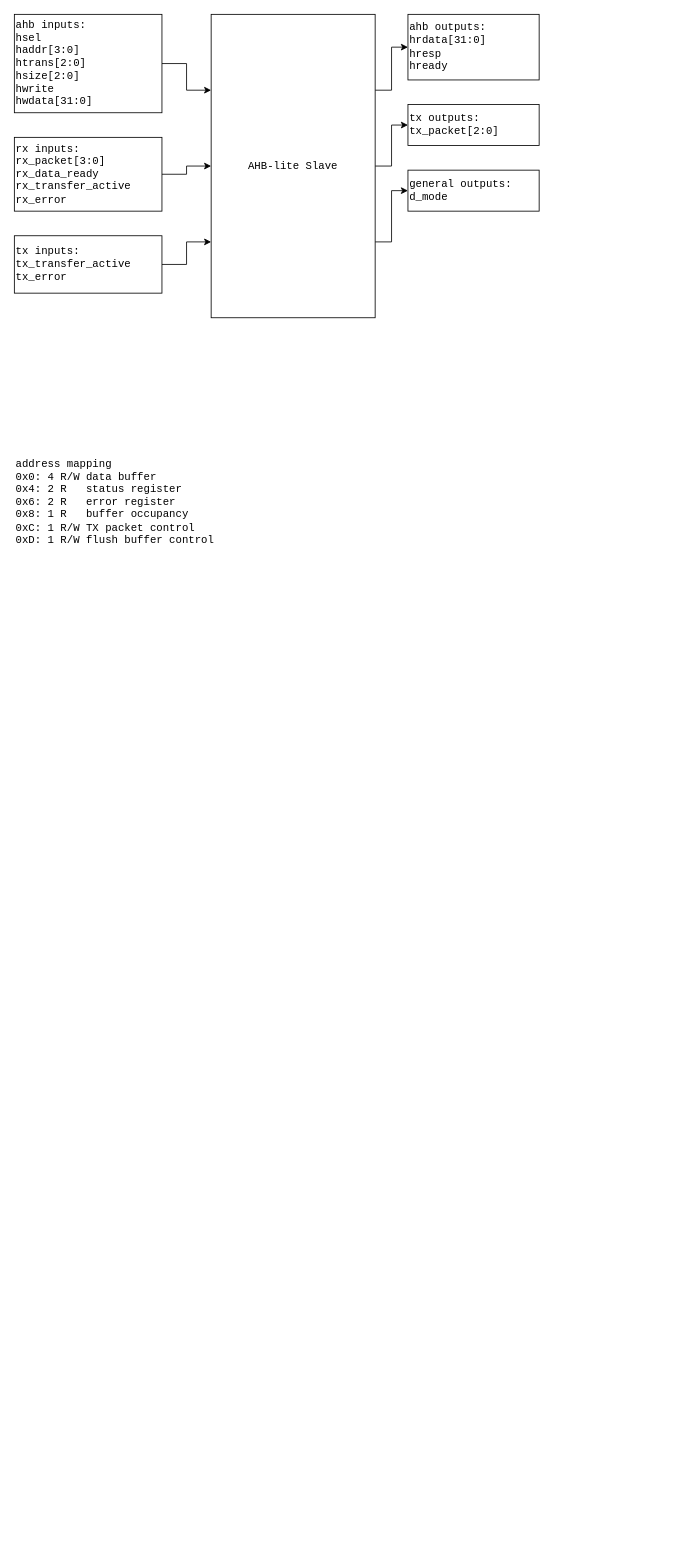
The draw.io diagram diagrams/ahb-lite-slave.drawio in bryceberger/337-project, before the edit. Source tidied: cells renumbered, new cells numbered last; positions are measured from the earlier drawing's top-left corner, leaving out a move shared by most shapes. Both pictures are drawn from the tidied source at 82%, with x=0, y=0 at pixel (14, 14).
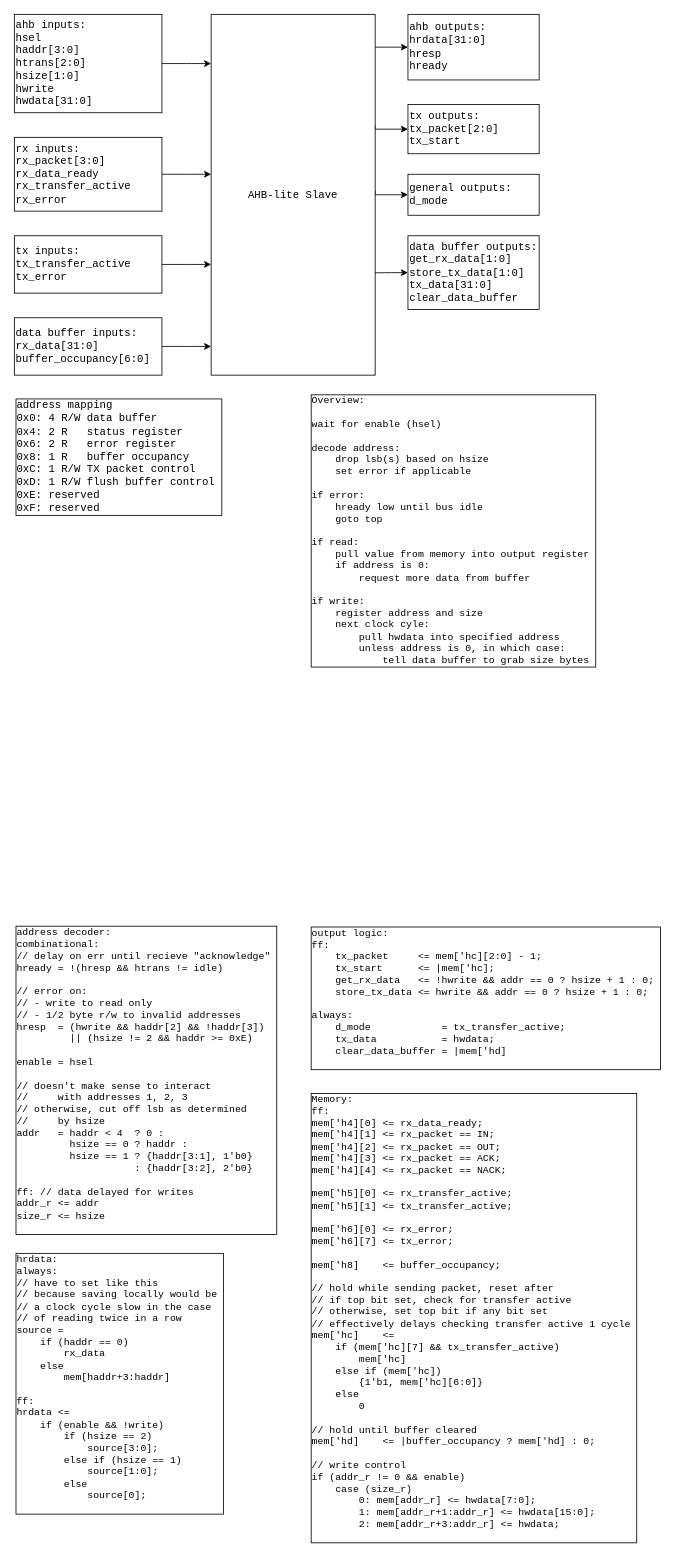
After the change.

The edit, as a diff of the source:
```diff
@@
-    <mxCell id="2" style="edgeStyle=orthogonalEdgeStyle;rounded=0;jettySize=auto;html=1;exitX=1;exitY=0.5;exitDx=0;exitDy=0;entryX=0;entryY=0.25;entryDx=0;entryDy=0;fontFamily=Courier New;fontSize=13;" parent="1" edge="1" source="3" target="15">
-      <mxGeometry relative="1" as="geometry" />
-    </mxCell>
+    <mxCell id="16" style="edgeStyle=orthogonalEdgeStyle;html=1;exitX=1;exitY=0.5;exitDx=0;exitDy=0;fontFamily=Courier New;rounded=0;" parent="1" edge="1" source="3">
+      <mxGeometry relative="1" as="geometry">
+        <mxPoint x="240" y="60" as="targetPoint" />
+      </mxGeometry>
+    </mxCell>
-    <mxCell id="3" value="&lt;div style=&quot;font-size: 13px;&quot;&gt;ahb inputs:&lt;/div&gt;&lt;div style=&quot;font-size: 13px;&quot;&gt;hsel&lt;/div&gt;&lt;div style=&quot;font-size: 13px;&quot;&gt;haddr[3:0]&lt;/div&gt;&lt;div style=&quot;font-size: 13px;&quot;&gt;htrans[2:0]&lt;/div&gt;&lt;div style=&quot;font-size: 13px;&quot;&gt;hsize[2:0]&lt;/div&gt;&lt;div style=&quot;font-size: 13px;&quot;&gt;hwrite&lt;/div&gt;&lt;div style=&quot;font-size: 13px;&quot;&gt;hwdata[31:0]&lt;br style=&quot;font-size: 13px;&quot;&gt;&lt;/div&gt;" style="whiteSpace=wrap;html=1;fontSize=13;fontFamily=Courier New;align=left;" parent="1" vertex="1">
+    <mxCell id="3" value="&lt;div style=&quot;font-size: 13px&quot;&gt;ahb inputs:&lt;/div&gt;&lt;div style=&quot;font-size: 13px&quot;&gt;hsel&lt;/div&gt;&lt;div style=&quot;font-size: 13px&quot;&gt;haddr[3:0]&lt;/div&gt;&lt;div style=&quot;font-size: 13px&quot;&gt;htrans[2:0]&lt;/div&gt;&lt;div style=&quot;font-size: 13px&quot;&gt;hsize[1:0]&lt;/div&gt;&lt;div style=&quot;font-size: 13px&quot;&gt;hwrite&lt;/div&gt;&lt;div style=&quot;font-size: 13px&quot;&gt;hwdata[31:0]&lt;br style=&quot;font-size: 13px&quot;&gt;&lt;/div&gt;" style="whiteSpace=wrap;html=1;fontSize=13;fontFamily=Courier New;align=left;fontStyle=0;" parent="1" vertex="1">
       <mxGeometry width="180" height="120" as="geometry" />
     </mxCell>
-    <mxCell id="4" value="&lt;div style=&quot;font-size: 13px;&quot;&gt;address mapping&lt;/div&gt;&lt;div style=&quot;font-size: 13px;&quot;&gt;0x0: 4 R/W data buffer&lt;/div&gt;&lt;div style=&quot;font-size: 13px;&quot;&gt;0x4: 2 R&amp;nbsp;&amp;nbsp; status register&lt;/div&gt;&lt;div style=&quot;font-size: 13px;&quot;&gt;0x6: 2 R&amp;nbsp;&amp;nbsp; error register&lt;/div&gt;&lt;div style=&quot;font-size: 13px;&quot;&gt;0x8: 1 R&amp;nbsp;&amp;nbsp; buffer occupancy&lt;/div&gt;&lt;div style=&quot;font-size: 13px;&quot;&gt;0xC: 1 R/W TX packet control&lt;/div&gt;&lt;div style=&quot;font-size: 13px;&quot;&gt;0xD: 1 R/W flush buffer control&lt;br style=&quot;font-size: 13px;&quot;&gt;&lt;/div&gt;" style="text;html=1;align=left;verticalAlign=middle;strokeColor=none;fillColor=none;fontSize=13;fontFamily=Courier New;" parent="1" vertex="1">
-      <mxGeometry y="535" width="270" height="120" as="geometry" />
+    <mxCell id="4" value="&lt;div style=&quot;font-size: 13px&quot;&gt;address mapping&lt;/div&gt;&lt;div style=&quot;font-size: 13px&quot;&gt;0x0: 4 R/W data buffer&lt;/div&gt;&lt;div style=&quot;font-size: 13px&quot;&gt;0x4: 2 R&amp;nbsp;&amp;nbsp; status register&lt;/div&gt;&lt;div style=&quot;font-size: 13px&quot;&gt;0x6: 2 R&amp;nbsp;&amp;nbsp; error register&lt;/div&gt;&lt;div style=&quot;font-size: 13px&quot;&gt;0x8: 1 R&amp;nbsp;&amp;nbsp; buffer occupancy&lt;/div&gt;&lt;div style=&quot;font-size: 13px&quot;&gt;0xC: 1 R/W TX packet control&lt;/div&gt;&lt;div style=&quot;font-size: 13px&quot;&gt;0xD: 1 R/W flush buffer control&amp;nbsp;&lt;br style=&quot;font-size: 13px&quot;&gt;&lt;/div&gt;&lt;div style=&quot;font-size: 13px&quot;&gt;0xE: reserved&lt;/div&gt;&lt;div style=&quot;font-size: 13px&quot;&gt;0xF: reserved&lt;/div&gt;" style="text;html=1;align=left;verticalAlign=middle;strokeColor=none;fillColor=none;fontSize=13;fontFamily=Courier New;fontStyle=0;labelBorderColor=default;" parent="1" vertex="1">
+      <mxGeometry y="465" width="270" height="150" as="geometry" />
     </mxCell>
+    <mxCell id="17" style="edgeStyle=orthogonalEdgeStyle;rounded=0;html=1;exitX=0;exitY=0.5;exitDx=0;exitDy=0;fontFamily=Courier New;endArrow=none;endFill=0;startArrow=classic;startFill=1;" parent="1" edge="1" source="5">
+      <mxGeometry relative="1" as="geometry">
+        <mxPoint x="440" y="40" as="targetPoint" />
+      </mxGeometry>
+    </mxCell>
-    <mxCell id="5" value="&lt;div style=&quot;font-size: 13px;&quot;&gt;ahb outputs:&lt;/div&gt;&lt;div style=&quot;font-size: 13px;&quot;&gt;hrdata[31:0]&lt;/div&gt;&lt;div style=&quot;font-size: 13px;&quot;&gt;hresp&lt;/div&gt;&lt;div style=&quot;font-size: 13px;&quot;&gt;hready&lt;br style=&quot;font-size: 13px;&quot;&gt;&lt;/div&gt;" style="whiteSpace=wrap;html=1;fontSize=13;fontFamily=Courier New;align=left;" parent="1" vertex="1">
+    <mxCell id="5" value="&lt;div style=&quot;font-size: 13px;&quot;&gt;ahb outputs:&lt;/div&gt;&lt;div style=&quot;font-size: 13px;&quot;&gt;hrdata[31:0]&lt;/div&gt;&lt;div style=&quot;font-size: 13px;&quot;&gt;hresp&lt;/div&gt;&lt;div style=&quot;font-size: 13px;&quot;&gt;hready&lt;br style=&quot;font-size: 13px;&quot;&gt;&lt;/div&gt;" style="whiteSpace=wrap;html=1;fontSize=13;fontFamily=Courier New;align=left;fontStyle=0;" parent="1" vertex="1">
       <mxGeometry x="480" width="160" height="80" as="geometry" />
     </mxCell>
-    <mxCell id="6" style="edgeStyle=orthogonalEdgeStyle;rounded=0;jettySize=auto;html=1;exitX=1;exitY=0.5;exitDx=0;exitDy=0;entryX=0;entryY=0.5;entryDx=0;entryDy=0;fontFamily=Courier New;fontSize=13;" parent="1" edge="1" source="7" target="15">
-      <mxGeometry relative="1" as="geometry" />
-    </mxCell>
+    <mxCell id="18" style="edgeStyle=orthogonalEdgeStyle;rounded=0;html=1;exitX=1;exitY=0.5;exitDx=0;exitDy=0;fontFamily=Courier New;" parent="1" edge="1" source="7">
+      <mxGeometry relative="1" as="geometry">
+        <mxPoint x="240" y="195" as="targetPoint" />
+      </mxGeometry>
+    </mxCell>
-    <mxCell id="7" value="&lt;div style=&quot;font-size: 13px;&quot;&gt;rx inputs:&lt;/div&gt;&lt;div style=&quot;font-size: 13px;&quot;&gt;rx_packet[3:0]&lt;/div&gt;&lt;div style=&quot;font-size: 13px;&quot;&gt;rx_data_ready&lt;/div&gt;&lt;div style=&quot;font-size: 13px;&quot;&gt;rx_transfer_active&lt;/div&gt;&lt;div style=&quot;font-size: 13px;&quot;&gt;rx_error&lt;br style=&quot;font-size: 13px;&quot;&gt;&lt;/div&gt;" style="whiteSpace=wrap;html=1;fontSize=13;fontFamily=Courier New;align=left;" parent="1" vertex="1">
+    <mxCell id="7" value="&lt;div style=&quot;font-size: 13px;&quot;&gt;rx inputs:&lt;/div&gt;&lt;div style=&quot;font-size: 13px;&quot;&gt;rx_packet[3:0]&lt;/div&gt;&lt;div style=&quot;font-size: 13px;&quot;&gt;rx_data_ready&lt;/div&gt;&lt;div style=&quot;font-size: 13px;&quot;&gt;rx_transfer_active&lt;/div&gt;&lt;div style=&quot;font-size: 13px;&quot;&gt;rx_error&lt;br style=&quot;font-size: 13px;&quot;&gt;&lt;/div&gt;" style="whiteSpace=wrap;html=1;fontSize=13;fontFamily=Courier New;align=left;fontStyle=0;" parent="1" vertex="1">
       <mxGeometry y="150" width="180" height="90" as="geometry" />
     </mxCell>
-    <mxCell id="8" style="edgeStyle=orthogonalEdgeStyle;rounded=0;jettySize=auto;html=1;exitX=1;exitY=0.5;exitDx=0;exitDy=0;entryX=0;entryY=0.75;entryDx=0;entryDy=0;fontFamily=Courier New;fontSize=13;" parent="1" edge="1" source="9" target="15">
-      <mxGeometry relative="1" as="geometry" />
+    <mxCell id="8" style="edgeStyle=orthogonalEdgeStyle;rounded=0;jettySize=auto;html=1;exitX=1;exitY=0.5;exitDx=0;exitDy=0;fontFamily=Courier New;fontSize=13;fontStyle=0;" parent="1" edge="1" source="9">
+      <mxGeometry relative="1" as="geometry">
+        <mxPoint x="240" y="305" as="targetPoint" />
+      </mxGeometry>
     </mxCell>
-    <mxCell id="9" value="&lt;div style=&quot;font-size: 13px;&quot;&gt;tx inputs:&lt;/div&gt;&lt;div style=&quot;font-size: 13px;&quot;&gt;tx_transfer_active&lt;/div&gt;&lt;div style=&quot;font-size: 13px;&quot;&gt;tx_error&lt;br style=&quot;font-size: 13px;&quot;&gt;&lt;/div&gt;" style="whiteSpace=wrap;html=1;fontSize=13;fontFamily=Courier New;align=left;" parent="1" vertex="1">
+    <mxCell id="9" value="&lt;div style=&quot;font-size: 13px;&quot;&gt;tx inputs:&lt;/div&gt;&lt;div style=&quot;font-size: 13px;&quot;&gt;tx_transfer_active&lt;/div&gt;&lt;div style=&quot;font-size: 13px;&quot;&gt;tx_error&lt;br style=&quot;font-size: 13px;&quot;&gt;&lt;/div&gt;" style="whiteSpace=wrap;html=1;fontSize=13;fontFamily=Courier New;align=left;fontStyle=0;" parent="1" vertex="1">
       <mxGeometry y="270" width="180" height="70" as="geometry" />
     </mxCell>
+    <mxCell id="19" style="edgeStyle=orthogonalEdgeStyle;rounded=0;html=1;exitX=0;exitY=0.5;exitDx=0;exitDy=0;fontFamily=Courier New;endArrow=none;endFill=0;startArrow=classic;startFill=1;" parent="1" edge="1" source="10">
+      <mxGeometry relative="1" as="geometry">
+        <mxPoint x="440" y="135.2" as="targetPoint" />
+        <Array as="points">
+          <mxPoint x="440" y="140" />
+        </Array>
+      </mxGeometry>
+    </mxCell>
-    <mxCell id="10" value="&lt;div style=&quot;font-size: 13px;&quot;&gt;tx outputs:&lt;/div&gt;&lt;div style=&quot;font-size: 13px;&quot;&gt;tx_packet[2:0]&lt;br style=&quot;font-size: 13px;&quot;&gt;&lt;/div&gt;" style="whiteSpace=wrap;html=1;fontSize=13;fontFamily=Courier New;align=left;" parent="1" vertex="1">
-      <mxGeometry x="480" y="110" width="160" height="50" as="geometry" />
+    <mxCell id="10" value="&lt;div style=&quot;font-size: 13px&quot;&gt;tx outputs:&lt;/div&gt;&lt;div style=&quot;font-size: 13px&quot;&gt;tx_packet[2:0]&lt;br style=&quot;font-size: 13px&quot;&gt;&lt;/div&gt;&lt;div style=&quot;font-size: 13px&quot;&gt;tx_start&lt;/div&gt;" style="whiteSpace=wrap;html=1;fontSize=13;fontFamily=Courier New;align=left;fontStyle=0;" parent="1" vertex="1">
+      <mxGeometry x="480" y="110" width="160" height="60" as="geometry" />
     </mxCell>
+    <mxCell id="20" style="edgeStyle=orthogonalEdgeStyle;rounded=0;html=1;exitX=0;exitY=0.5;exitDx=0;exitDy=0;fontFamily=Courier New;endArrow=none;endFill=0;startArrow=classic;startFill=1;" parent="1" edge="1" source="11">
+      <mxGeometry relative="1" as="geometry">
+        <mxPoint x="440" y="215" as="targetPoint" />
+        <Array as="points">
+          <mxPoint x="440" y="220" />
+        </Array>
+      </mxGeometry>
+    </mxCell>
-    <mxCell id="11" value="&lt;div style=&quot;font-size: 13px&quot;&gt;&lt;div&gt;general outputs:&lt;/div&gt;&lt;div&gt;d_mode&lt;br&gt;&lt;/div&gt;&lt;/div&gt;" style="whiteSpace=wrap;html=1;fontSize=13;fontFamily=Courier New;align=left;" parent="1" vertex="1">
-      <mxGeometry x="480" y="190" width="160" height="50" as="geometry" />
+    <mxCell id="11" value="&lt;div style=&quot;font-size: 13px&quot;&gt;&lt;div&gt;general outputs:&lt;/div&gt;&lt;div&gt;d_mode&lt;br&gt;&lt;/div&gt;&lt;/div&gt;" style="whiteSpace=wrap;html=1;fontSize=13;fontFamily=Courier New;align=left;fontStyle=0;" parent="1" vertex="1">
+      <mxGeometry x="480" y="195" width="160" height="50" as="geometry" />
     </mxCell>
-    <mxCell id="12" style="edgeStyle=orthogonalEdgeStyle;rounded=0;jettySize=auto;html=1;exitX=1;exitY=0.25;exitDx=0;exitDy=0;entryX=0;entryY=0.5;entryDx=0;entryDy=0;fontFamily=Courier New;fontSize=13;" parent="1" edge="1" source="15" target="5">
-      <mxGeometry relative="1" as="geometry" />
-    </mxCell>
-    <mxCell id="13" style="edgeStyle=orthogonalEdgeStyle;rounded=0;jettySize=auto;html=1;exitX=1;exitY=0.5;exitDx=0;exitDy=0;entryX=0;entryY=0.5;entryDx=0;entryDy=0;fontFamily=Courier New;fontSize=13;" parent="1" edge="1" source="15" target="10">
-      <mxGeometry relative="1" as="geometry" />
-    </mxCell>
-    <mxCell id="14" style="edgeStyle=orthogonalEdgeStyle;rounded=0;jettySize=auto;html=1;exitX=1;exitY=0.75;exitDx=0;exitDy=0;entryX=0;entryY=0.5;entryDx=0;entryDy=0;fontFamily=Courier New;fontSize=13;" parent="1" edge="1" source="15" target="11">
-      <mxGeometry relative="1" as="geometry" />
-    </mxCell>
-    <mxCell id="15" value="AHB-lite Slave" style="rounded=0;whiteSpace=wrap;html=1;fontFamily=Courier New;fontSize=13;" parent="1" vertex="1">
-      <mxGeometry x="240" width="200" height="370" as="geometry" />
+    <mxCell id="15" value="AHB-lite Slave" style="rounded=0;whiteSpace=wrap;html=1;fontFamily=Courier New;fontSize=13;fontStyle=0;" parent="1" vertex="1">
+      <mxGeometry x="240" width="200" height="440" as="geometry" />
     </mxCell>
+    <mxCell id="21" value="address decoder:&lt;br&gt;combinational:&lt;br&gt;// delay on err until recieve &quot;acknowledge&quot;&amp;nbsp;&lt;br&gt;&lt;div&gt;hready = !(hresp &amp;amp;&amp;amp; htrans != idle)&lt;/div&gt;&lt;div&gt;&lt;br&gt;&lt;/div&gt;&lt;div&gt;// error on:&lt;/div&gt;&lt;div&gt;// - write to read only&lt;/div&gt;&lt;div&gt;// - 1/2 byte r/w to invalid addresses&lt;/div&gt;&lt;div&gt;hresp&amp;nbsp; = (hwrite &amp;amp;&amp;amp;&amp;nbsp;haddr[2] &amp;amp;&amp;amp; !haddr[3])&lt;/div&gt;&lt;div&gt;&amp;nbsp; &amp;nbsp; &amp;nbsp; &amp;nbsp; &amp;nbsp;|| (hsize != 2 &amp;amp;&amp;amp; haddr &amp;gt;= 0xE)&lt;/div&gt;&lt;div&gt;&lt;br&gt;&lt;/div&gt;&lt;div&gt;&lt;div&gt;enable = hsel&lt;/div&gt;&lt;/div&gt;&lt;div&gt;&lt;br&gt;&lt;/div&gt;&lt;div&gt;// doesn't make sense to interact&lt;/div&gt;&lt;div&gt;//&amp;nbsp; &amp;nbsp; &amp;nbsp;with addresses 1, 2, 3&lt;/div&gt;&lt;div&gt;// otherwise, cut off lsb as determined&lt;/div&gt;&lt;div&gt;//&amp;nbsp; &amp;nbsp; &amp;nbsp;by hsize&lt;/div&gt;&lt;div&gt;&lt;span&gt;addr&amp;nbsp; &amp;nbsp;= haddr &amp;lt; 4&amp;nbsp; ? 0 :&lt;/span&gt;&lt;br&gt;&lt;/div&gt;&lt;div&gt;&amp;nbsp; &amp;nbsp; &amp;nbsp; &amp;nbsp; &amp;nbsp;hsize == 0 ? haddr :&lt;/div&gt;&lt;div&gt;&amp;nbsp; &amp;nbsp; &amp;nbsp; &amp;nbsp; &amp;nbsp;hsize == 1 ? {haddr[3:1], 1'b0}&lt;/div&gt;&lt;div&gt;&amp;nbsp; &amp;nbsp; &amp;nbsp; &amp;nbsp; &amp;nbsp; &amp;nbsp; &amp;nbsp; &amp;nbsp; &amp;nbsp; &amp;nbsp; : {haddr[3:2], 2'b0}&lt;/div&gt;&lt;div&gt;&lt;br&gt;&lt;/div&gt;&lt;div&gt;ff: // data delayed for writes&lt;/div&gt;&lt;div&gt;&lt;div&gt;&lt;span&gt;addr_r &amp;lt;= addr&lt;/span&gt;&lt;br&gt;&lt;/div&gt;&lt;/div&gt;&lt;div&gt;&lt;span&gt;size_r &amp;lt;= hsize&lt;/span&gt;&lt;/div&gt;&lt;div&gt;&lt;span&gt;&lt;br&gt;&lt;/span&gt;&lt;/div&gt;" style="text;html=1;align=left;verticalAlign=middle;strokeColor=none;fillColor=none;fontFamily=Courier New;labelBorderColor=default;" parent="1" vertex="1">
+      <mxGeometry y="1115" width="330" height="370" as="geometry" />
+    </mxCell>
+    <mxCell id="22" value="hrdata:&lt;br&gt;always:&lt;br&gt;// have to set like this&lt;br&gt;// because saving locally would be&amp;nbsp;&lt;br&gt;// a clock cycle slow in the case&lt;br&gt;// of reading twice in a row&lt;br&gt;source =&lt;br&gt;&amp;nbsp; &amp;nbsp; if (haddr == 0)&lt;br&gt;&amp;nbsp; &amp;nbsp; &amp;nbsp; &amp;nbsp; rx_data&lt;br&gt;&amp;nbsp; &amp;nbsp; else&lt;br&gt;&amp;nbsp; &amp;nbsp; &amp;nbsp; &amp;nbsp; mem[haddr+3:haddr]&lt;br&gt;&lt;br&gt;ff:&lt;br&gt;&lt;div&gt;hrdata &amp;lt;=&amp;nbsp;&lt;/div&gt;&lt;div&gt;&amp;nbsp; &amp;nbsp; if (enable &amp;amp;&amp;amp; !write)&lt;/div&gt;&lt;div&gt;&amp;nbsp; &amp;nbsp; &amp;nbsp; &amp;nbsp; if (hsize == 2)&lt;/div&gt;&lt;div&gt;&amp;nbsp; &amp;nbsp; &amp;nbsp; &amp;nbsp; &amp;nbsp; &amp;nbsp; source[3:0];&lt;/div&gt;&lt;div&gt;&amp;nbsp; &amp;nbsp; &amp;nbsp; &amp;nbsp; else if (hsize == 1)&lt;/div&gt;&lt;div&gt;&amp;nbsp; &amp;nbsp; &amp;nbsp; &amp;nbsp; &amp;nbsp; &amp;nbsp; source[1:0];&amp;nbsp;&lt;/div&gt;&lt;div&gt;&amp;nbsp; &amp;nbsp; &amp;nbsp; &amp;nbsp; else&lt;/div&gt;&lt;div&gt;&amp;nbsp; &amp;nbsp; &amp;nbsp; &amp;nbsp; &amp;nbsp; &amp;nbsp; source[0];&lt;/div&gt;&lt;div&gt;&lt;br&gt;&lt;/div&gt;" style="text;html=1;align=left;verticalAlign=middle;strokeColor=none;fillColor=none;fontFamily=Courier New;labelBorderColor=default;" parent="1" vertex="1">
+      <mxGeometry y="1515" width="270" height="310" as="geometry" />
+    </mxCell>
+    <mxCell id="23" value="Memory:&lt;br&gt;ff:&lt;br&gt;&lt;div&gt;mem['h4][0] &amp;lt;= rx_data_ready;&lt;/div&gt;&lt;div&gt;mem['h4][1] &amp;lt;= rx_packet == IN;&lt;/div&gt;&lt;div&gt;mem['h4][2] &amp;lt;= rx_packet == OUT;&lt;/div&gt;&lt;div&gt;mem['h4][3] &amp;lt;= rx_packet == ACK;&lt;/div&gt;&lt;div&gt;mem['h4][4] &amp;lt;= rx_packet == NACK;&lt;/div&gt;&lt;div&gt;&lt;br&gt;&lt;/div&gt;&lt;div&gt;mem['h5][0] &amp;lt;= rx_transfer_active;&lt;/div&gt;&lt;div&gt;mem['h5][1] &amp;lt;= tx_transfer_active;&lt;/div&gt;&lt;div&gt;&lt;br&gt;&lt;/div&gt;&lt;div&gt;mem['h6][0] &amp;lt;= rx_error;&lt;/div&gt;&lt;div&gt;mem['h6][7] &amp;lt;= tx_error;&lt;/div&gt;&lt;div&gt;&lt;br&gt;&lt;/div&gt;&lt;div&gt;mem['h8]&amp;nbsp; &amp;nbsp; &amp;lt;= buffer_occupancy;&lt;/div&gt;&lt;div&gt;&lt;br&gt;&lt;/div&gt;&lt;div&gt;// hold while sending packet, reset after&lt;/div&gt;&lt;div&gt;// if top bit set, check for transfer active&lt;/div&gt;&lt;div&gt;// otherwise, set top bit if any bit set&lt;/div&gt;&lt;div&gt;// effectively delays checking transfer active 1 cycle&amp;nbsp;&lt;/div&gt;&lt;span&gt;mem['hc]&amp;nbsp; &amp;nbsp; &amp;lt;= &lt;br&gt;&amp;nbsp; &amp;nbsp; if (mem['hc][7] &amp;amp;&amp;amp; tx_transfer_active)&lt;br&gt;&amp;nbsp; &amp;nbsp; &amp;nbsp; &amp;nbsp; mem['hc]&lt;br&gt;&amp;nbsp; &amp;nbsp; else&amp;nbsp;if (mem['hc])&lt;br&gt;&amp;nbsp; &amp;nbsp; &amp;nbsp; &amp;nbsp; {1'b1, mem['hc][6:0]}&lt;br&gt;&amp;nbsp; &amp;nbsp; else&lt;br&gt;&amp;nbsp; &amp;nbsp; &amp;nbsp; &amp;nbsp; 0&lt;br&gt;&lt;/span&gt;&lt;div&gt;&lt;br&gt;&lt;/div&gt;&lt;div&gt;// hold until buffer cleared&lt;/div&gt;&lt;div&gt;mem['hd]&amp;nbsp; &amp;nbsp; &amp;lt;= |buffer_occupancy ? mem['hd] : 0;&lt;/div&gt;&lt;div&gt;&lt;br&gt;&lt;/div&gt;&lt;div&gt;// write control&lt;/div&gt;&lt;div&gt;&lt;div&gt;if (addr_r != 0 &amp;amp;&amp;amp; enable)&lt;/div&gt;&lt;div&gt;&amp;nbsp; &amp;nbsp; case (size_r)&lt;/div&gt;&lt;div&gt;&amp;nbsp; &amp;nbsp; &amp;nbsp; &amp;nbsp; 0: mem[addr_r] &amp;lt;= hwdata[7:0];&lt;/div&gt;&lt;div&gt;&amp;nbsp; &amp;nbsp; &amp;nbsp; &amp;nbsp; 1: mem[addr_r+1:addr_r] &amp;lt;= hwdata[15:0];&lt;/div&gt;&lt;div&gt;&amp;nbsp; &amp;nbsp; &amp;nbsp; &amp;nbsp; 2: mem[addr_r+3:addr_r] &amp;lt;= hwdata;&lt;/div&gt;&lt;/div&gt;&lt;div&gt;&lt;br&gt;&lt;/div&gt;" style="text;html=1;align=left;verticalAlign=middle;strokeColor=none;fillColor=none;fontFamily=Courier New;labelBorderColor=default;spacingTop=0;" parent="1" vertex="1">
+      <mxGeometry x="360" y="1320" width="410" height="540" as="geometry" />
+    </mxCell>
+    <mxCell id="24" style="edgeStyle=orthogonalEdgeStyle;rounded=0;html=1;exitX=0;exitY=0.5;exitDx=0;exitDy=0;fontFamily=Courier New;endArrow=none;endFill=0;startArrow=classic;startFill=1;" parent="1" edge="1" source="25">
+      <mxGeometry relative="1" as="geometry">
+        <mxPoint x="440" y="315.2" as="targetPoint" />
+        <Array as="points">
+          <mxPoint x="460" y="315" />
+          <mxPoint x="460" y="315" />
+        </Array>
+      </mxGeometry>
+    </mxCell>
+    <mxCell id="25" value="&lt;div style=&quot;font-size: 13px&quot;&gt;&lt;div&gt;data buffer outputs:&lt;/div&gt;&lt;div&gt;get_rx_data[1:0]&lt;/div&gt;&lt;div&gt;store_tx_data[1:0]&lt;/div&gt;&lt;div&gt;tx_data[31:0]&lt;/div&gt;&lt;div&gt;clear_data_buffer&lt;/div&gt;&lt;/div&gt;" style="whiteSpace=wrap;html=1;fontSize=13;fontFamily=Courier New;align=left;fontStyle=0;" parent="1" vertex="1">
+      <mxGeometry x="480" y="270" width="160" height="90" as="geometry" />
+    </mxCell>
+    <mxCell id="26" style="edgeStyle=orthogonalEdgeStyle;rounded=0;html=1;exitX=1;exitY=0.5;exitDx=0;exitDy=0;fontFamily=Courier New;" parent="1" edge="1" source="27">
+      <mxGeometry relative="1" as="geometry">
+        <mxPoint x="240" y="405" as="targetPoint" />
+      </mxGeometry>
+    </mxCell>
+    <mxCell id="27" value="&lt;div style=&quot;font-size: 13px&quot;&gt;data buffer inputs:&lt;/div&gt;&lt;div style=&quot;font-size: 13px&quot;&gt;rx_data[31:0]&lt;/div&gt;&lt;div style=&quot;font-size: 13px&quot;&gt;buffer_occupancy[6:0]&lt;/div&gt;" style="whiteSpace=wrap;html=1;fontSize=13;fontFamily=Courier New;align=left;fontStyle=0;" parent="1" vertex="1">
+      <mxGeometry y="370" width="180" height="70" as="geometry" />
+    </mxCell>
+    <mxCell id="28" value="output logic:&lt;br&gt;&lt;div&gt;&lt;span&gt;ff:&lt;/span&gt;&lt;/div&gt;&lt;div&gt;&lt;span&gt;&amp;nbsp; &amp;nbsp; tx_packet&amp;nbsp; &amp;nbsp; &amp;nbsp;&amp;lt;= mem['hc][2:0] - 1;&lt;/span&gt;&lt;br&gt;&lt;/div&gt;&lt;div&gt;&lt;div&gt;&amp;nbsp; &amp;nbsp; tx_start&amp;nbsp; &amp;nbsp; &amp;nbsp; &amp;lt;= |mem['hc];&lt;/div&gt;&lt;/div&gt;&lt;div&gt;&amp;nbsp; &amp;nbsp; get_rx_data&amp;nbsp; &amp;nbsp;&amp;lt;= !hwrite &amp;amp;&amp;amp; addr == 0 ? hsize + 1 : 0;&amp;nbsp;&lt;/div&gt;&lt;div&gt;&amp;nbsp; &amp;nbsp; store_tx_data &amp;lt;= hwrite &amp;amp;&amp;amp; addr == 0 ? hsize + 1 : 0;&lt;/div&gt;&lt;div&gt;&lt;br&gt;&lt;/div&gt;&lt;div&gt;always:&lt;/div&gt;&lt;div&gt;&amp;nbsp; &amp;nbsp; d_mode&amp;nbsp; &amp;nbsp; &amp;nbsp; &amp;nbsp; &amp;nbsp; &amp;nbsp; = tx_transfer_active;&lt;/div&gt;&lt;div&gt;&amp;nbsp; &amp;nbsp; tx_data&amp;nbsp; &amp;nbsp; &amp;nbsp; &amp;nbsp; &amp;nbsp; &amp;nbsp;= hwdata;&lt;/div&gt;&lt;div&gt;&amp;nbsp; &amp;nbsp; clear_data_buffer = |mem['hd]&lt;/div&gt;&lt;div&gt;&lt;br&gt;&lt;/div&gt;" style="text;html=1;align=left;verticalAlign=middle;strokeColor=none;fillColor=none;fontFamily=Courier New;labelBorderColor=default;" parent="1" vertex="1">
+      <mxGeometry x="360" y="1115" width="440" height="170" as="geometry" />
+    </mxCell>
+    <mxCell id="29" value="Overview:&lt;br&gt;&lt;br&gt;wait for enable (hsel)&lt;br&gt;&lt;br&gt;decode address:&lt;br&gt;&amp;nbsp; &amp;nbsp; drop lsb(s) based on hsize&lt;br&gt;&amp;nbsp; &amp;nbsp; set error if applicable&lt;br&gt;&lt;br&gt;if error:&lt;br&gt;&amp;nbsp; &amp;nbsp; hready low until bus idle&lt;br&gt;&amp;nbsp; &amp;nbsp; goto top&lt;br&gt;&lt;br&gt;if read:&lt;br&gt;&amp;nbsp; &amp;nbsp; pull value from memory into output register&amp;nbsp;&lt;br&gt;&amp;nbsp; &amp;nbsp; if address is 0:&lt;br&gt;&amp;nbsp; &amp;nbsp; &amp;nbsp; &amp;nbsp; request more data from buffer&lt;br&gt;&lt;br&gt;if write:&lt;br&gt;&amp;nbsp; &amp;nbsp; register address and size&lt;br&gt;&amp;nbsp; &amp;nbsp; next clock cyle:&lt;br&gt;&amp;nbsp; &amp;nbsp; &amp;nbsp; &amp;nbsp; pull hwdata into specified address&lt;br&gt;&amp;nbsp; &amp;nbsp; &amp;nbsp; &amp;nbsp; unless address is 0, in which case:&lt;br&gt;&amp;nbsp; &amp;nbsp; &amp;nbsp; &amp;nbsp; &amp;nbsp; &amp;nbsp; tell data buffer to grab size bytes" style="text;html=1;align=left;verticalAlign=middle;strokeColor=none;fillColor=none;fontFamily=Courier New;labelBorderColor=default;" parent="1" vertex="1">
+      <mxGeometry x="360" y="465" width="360" height="330" as="geometry" />
+    </mxCell>
```
